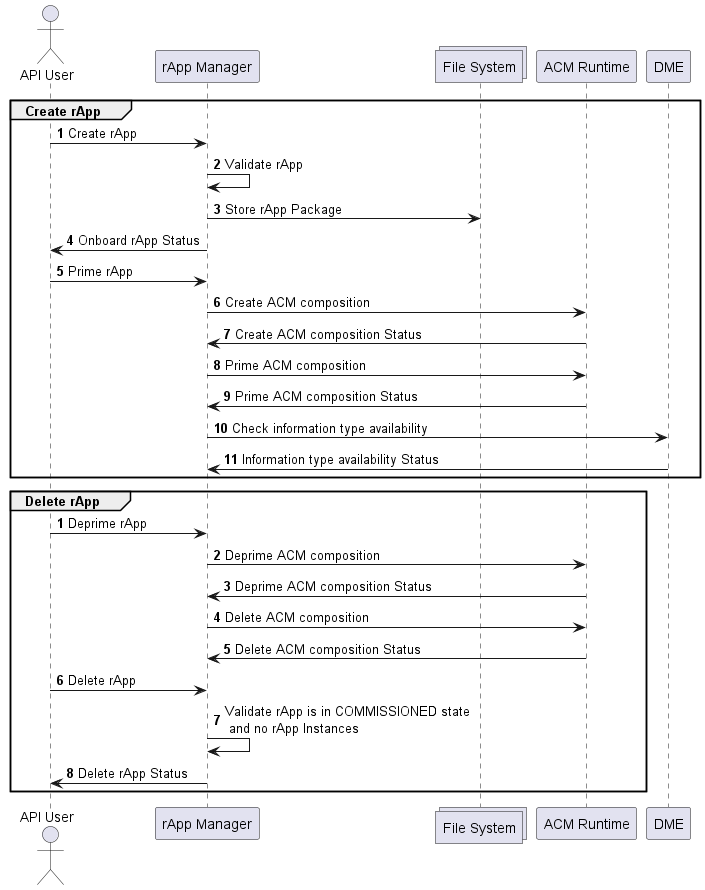
o-ran-sc/nonrtric-plt-rappmanager keeps this PlantUML diagram as docs/images/rApp-flow.png. Above is the earlier version.
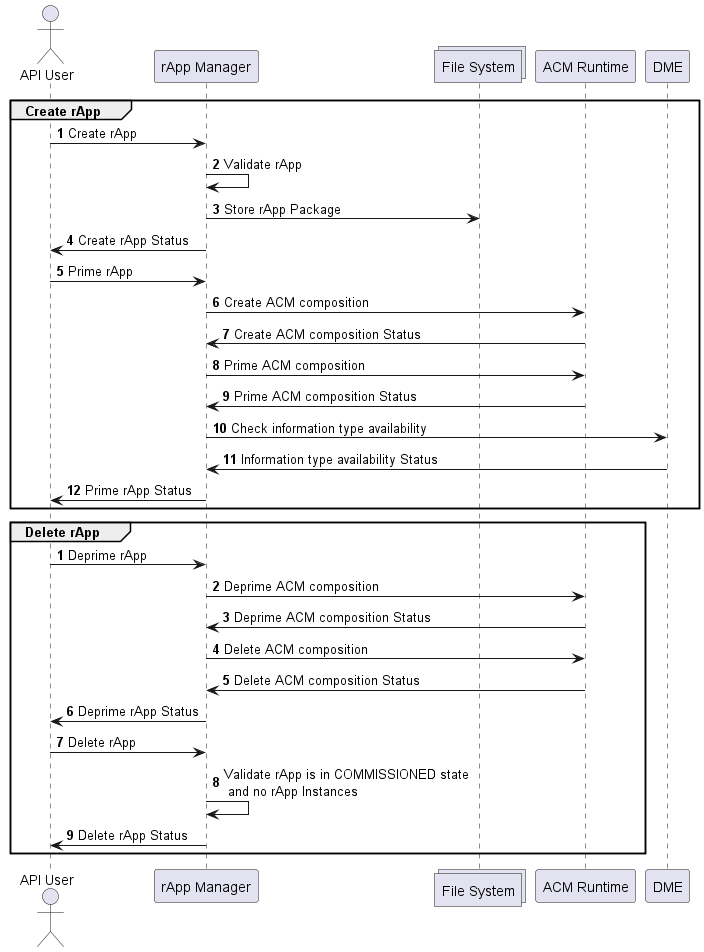
Later version of the same file.

Commit message:
Update flow diagrams

Change to the diagram source:
```diff
@@ -11,7 +11,7 @@
 "API User"->"rApp Manager": Create rApp
 "rApp Manager"->"rApp Manager": Validate rApp
 "rApp Manager"->"File System": Store rApp Package
-"rApp Manager"->"API User": Onboard rApp Status
+"rApp Manager"->"API User": Create rApp Status
 "API User"->"rApp Manager": Prime rApp
 "rApp Manager"->"ACM Runtime": Create ACM composition
 "ACM Runtime"->"rApp Manager": Create ACM composition Status
@@ -19,6 +19,7 @@
 "ACM Runtime"->"rApp Manager": Prime ACM composition Status
 "rApp Manager"->"DME": Check information type availability
 "DME"->"rApp Manager": Information type availability Status
+"rApp Manager"->"API User": Prime rApp Status
 end
 
 autonumber
@@ -28,6 +29,7 @@
 "ACM Runtime"->"rApp Manager": Deprime ACM composition Status
 "rApp Manager"->"ACM Runtime": Delete ACM composition
 "ACM Runtime"->"rApp Manager": Delete ACM composition Status
+"rApp Manager"->"API User": Deprime rApp Status
 "API User"->"rApp Manager": Delete rApp
 "rApp Manager"->"rApp Manager": Validate rApp is in COMMISSIONED state \n and no rApp Instances
 "rApp Manager"->"API User": Delete rApp Status
```
